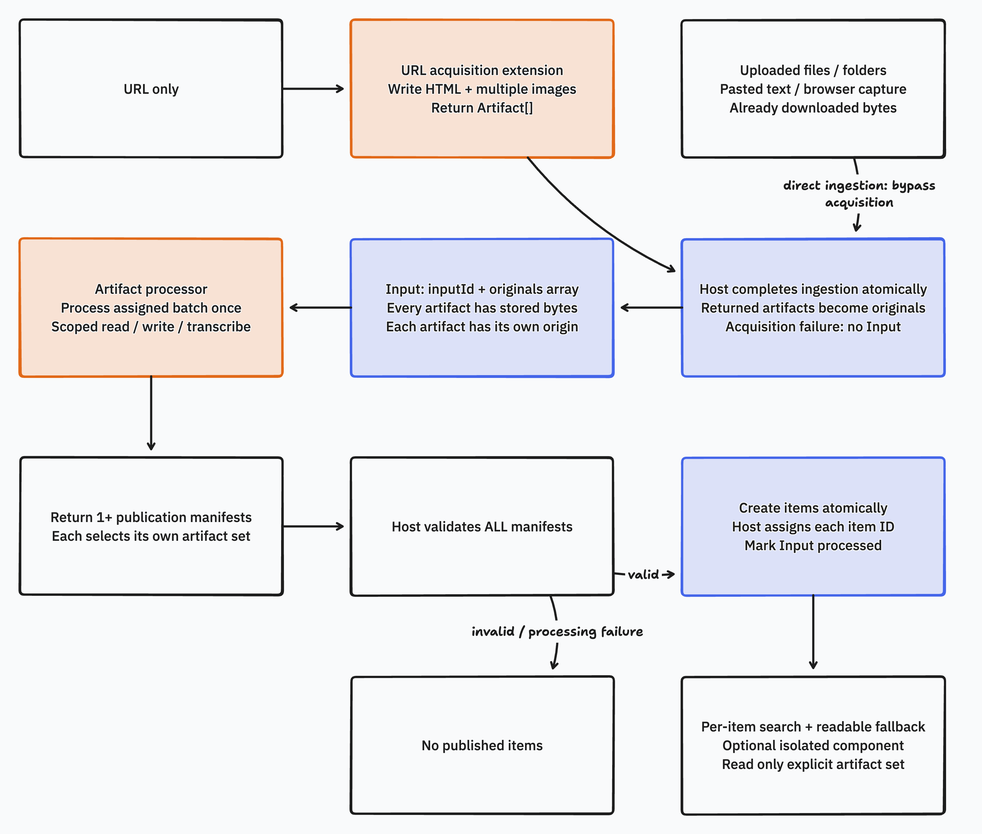
Before: docs/diagrams/core-flow.png, a diagram exported from Mermaid (jmorrell/ubiquitous-carnival). Its source is kept beside it as docs/diagrams/core-flow.mmd.
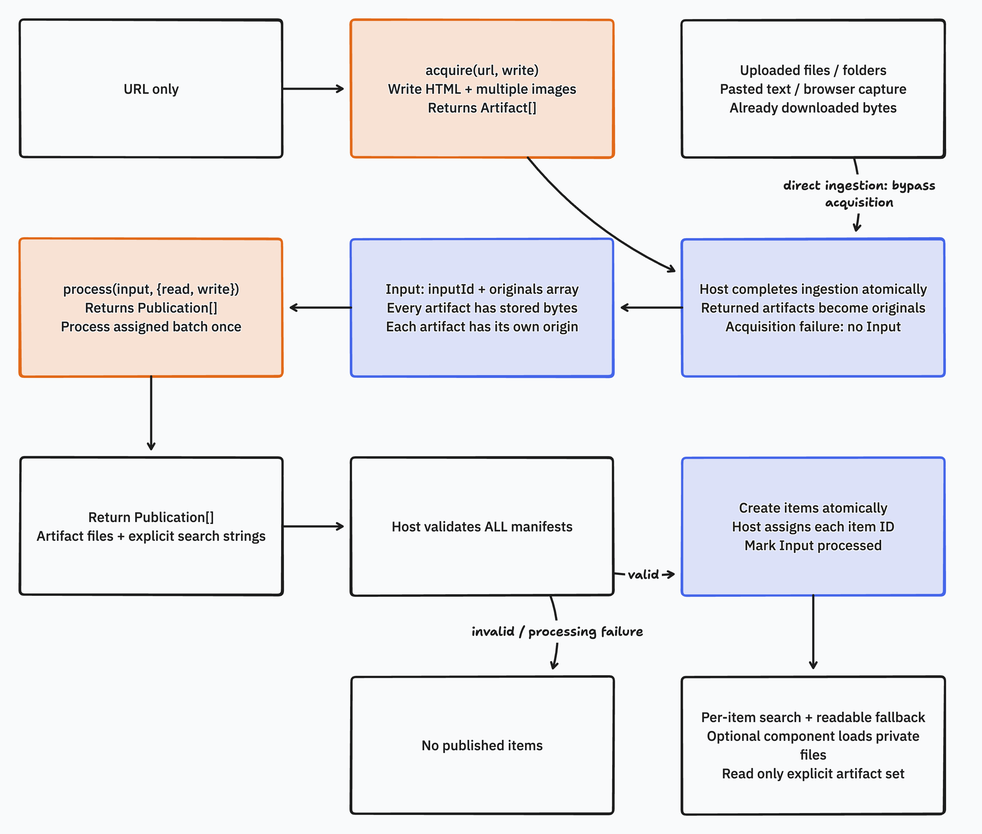
After the change.

What changed in the source:
```diff
@@ -1,14 +1,14 @@
 flowchart TB
-  U[URL only] --> A[URL acquisition extension<br/>Write HTML + multiple images<br/>Return Artifact[]]
+  U[URL only] --> A["acquire(url, write)<br/>Write HTML + multiple images<br/>Returns Artifact[]"]
   A --> H[Host completes ingestion atomically<br/>Returned artifacts become originals<br/>Acquisition failure: no Input]
   B[Uploaded files / folders<br/>Pasted text / browser capture<br/>Already downloaded bytes] -->|direct ingestion: bypass acquisition| H
   H --> I[Input: inputId + originals array<br/>Every artifact has stored bytes<br/>Each artifact has its own origin]
-  I --> P[Artifact processor<br/>Process assigned batch once<br/>Scoped read / write / transcribe]
-  P --> M[Return 1+ publication manifests<br/>Each selects its own artifact set]
+  I --> P["process(input, {read, write})<br/>Returns Publication[]<br/>Process assigned batch once"]
+  P --> M["Return Publication[]<br/>Artifact files + explicit search strings"]
   M --> V[Host validates ALL manifests]
   V -->|valid| S[Create items atomically<br/>Host assigns each item ID<br/>Mark Input processed]
   V -->|invalid / processing failure| X[No published items]
-  S --> R[Per-item search + readable fallback<br/>Optional isolated component<br/>Read only explicit artifact set]
+  S --> R[Per-item search + readable fallback<br/>Optional component loads private files<br/>Read only explicit artifact set]
   style A fill:#ffe5c2,stroke:#c47820
   style P fill:#ffe5c2,stroke:#c47820
   style H fill:#dcecff,stroke:#4678b5
```
